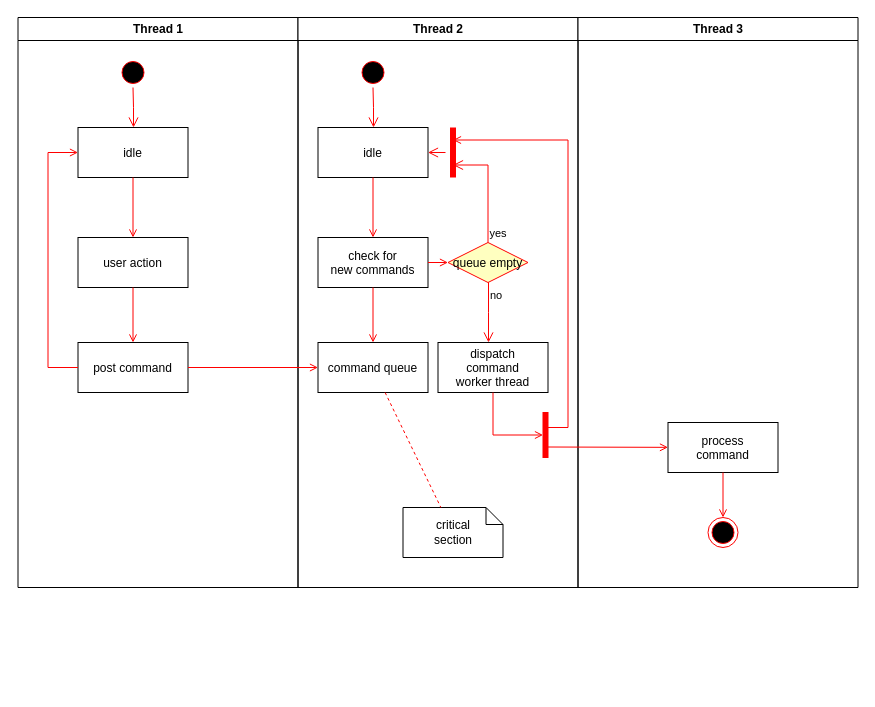
The draw.io diagram Untitled Diagram.drawio in chenlongqiang/draw.io, before the edit. Source tidied: cells renumbered, new cells numbered last; positions are measured from the earlier drawing's top-left corner, leaving out a move shared by most shapes. Both pictures are drawn from the tidied source at 100%, with x=0, y=0 at pixel (17, 17).
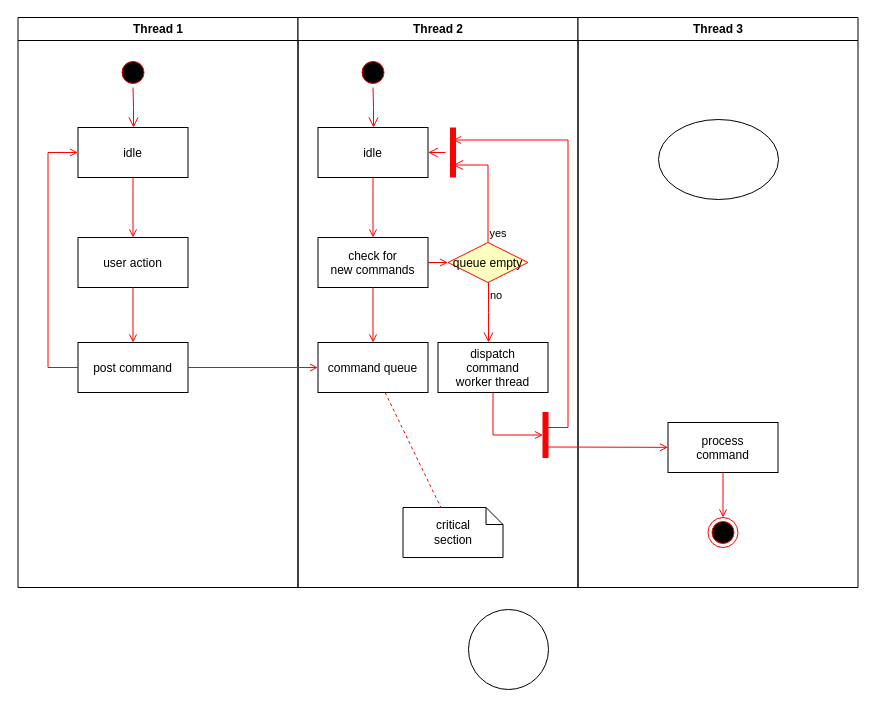
Above is the later version.

Unchanged cells that the change refers to:
```xml
<mxCell id="30" value="Thread 3" style="swimlane;whiteSpace=wrap;" parent="1" vertex="1">
  <mxGeometry x="560.5" width="280" height="570" as="geometry" />
</mxCell>
```

Change to the diagram source:
```diff
@@
+    <mxCell id="37" style="ellipse;whiteSpace=wrap;html=1;" parent="30" vertex="1">
+      <mxGeometry x="80.5" y="102" width="120" height="80" as="geometry" />
+    </mxCell>
@@
+    <mxCell id="38" style="ellipse;whiteSpace=wrap;html=1;" parent="1" vertex="1">
+      <mxGeometry x="451" y="592" width="80" height="80" as="geometry" />
+    </mxCell>
```
